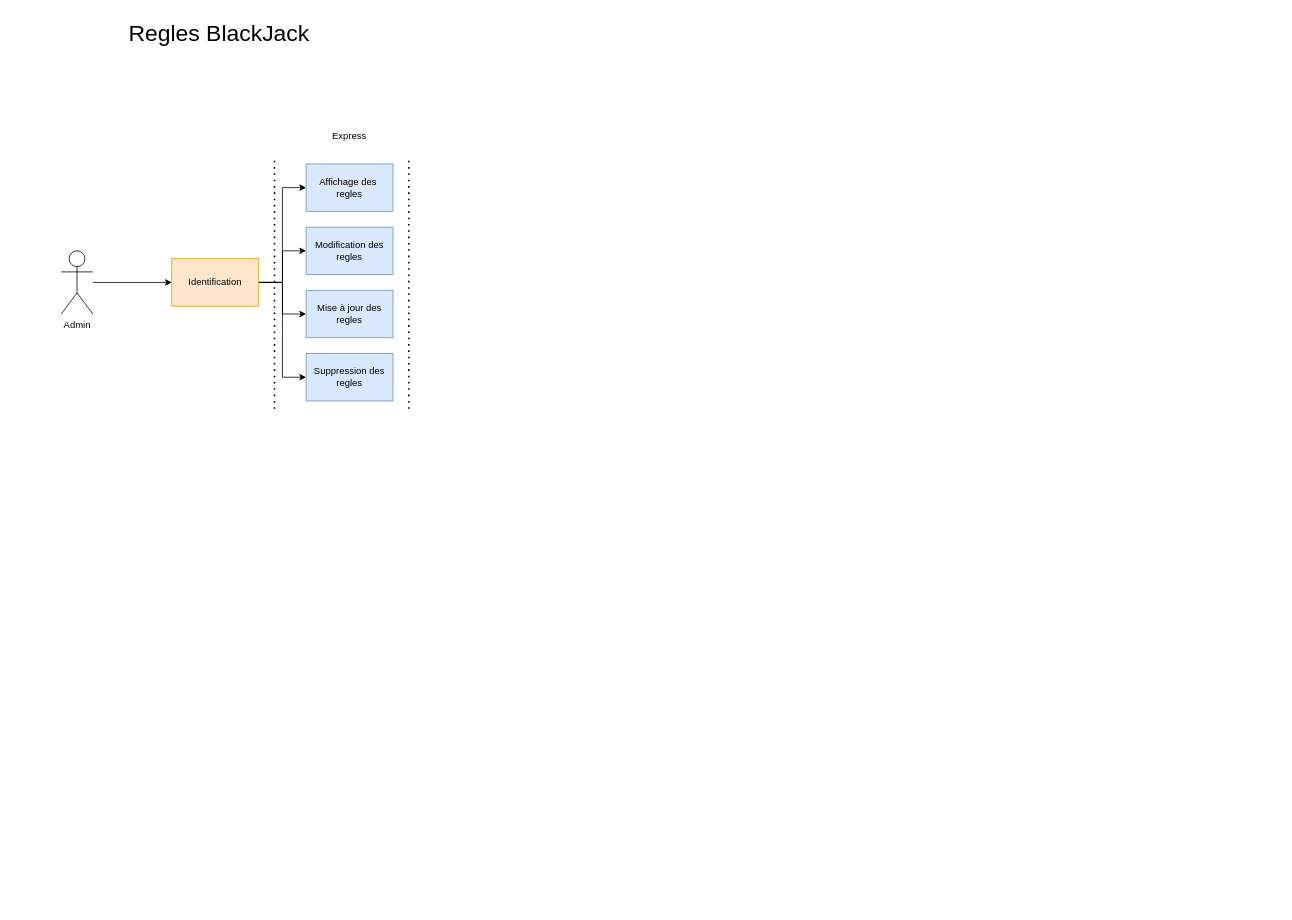
The draw.io diagram Diagramme sans nom.drawio in LucasCDA90/Projet-individuel, before the edit. Source tidied: cells renumbered, new cells numbered last; positions are measured from the earlier drawing's top-left corner, leaving out a move shared by most shapes. Both pictures are drawn from the tidied source at 79%, with x=0, y=0 at pixel (61, 13).
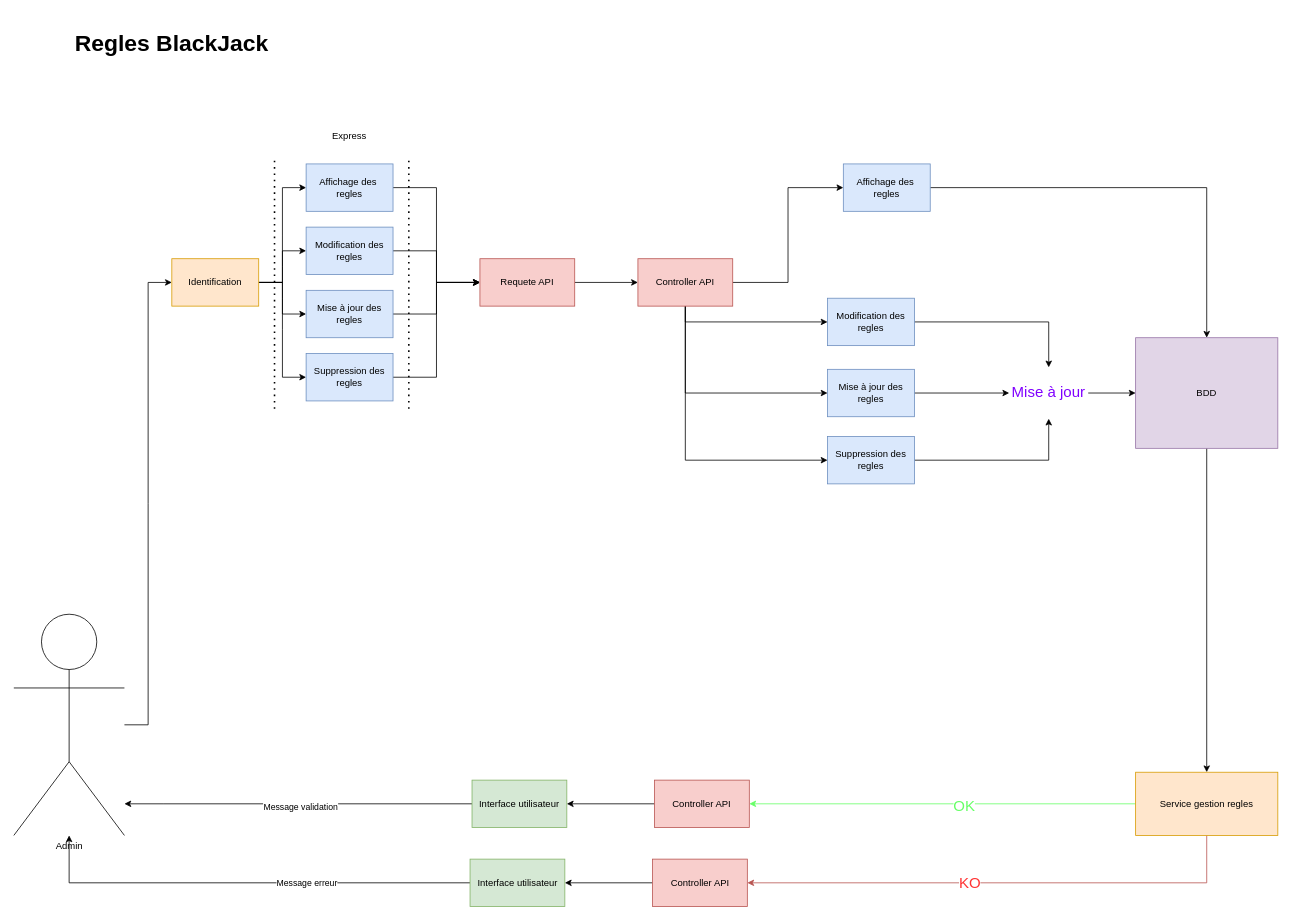
The same diagram, later.

Commit message:
Regles blackjack

The change refers to these unchanged cells:
```xml
<mxCell id="10" value="&lt;div&gt;Affichage des&amp;nbsp;&lt;/div&gt;&lt;div&gt;regles&lt;/div&gt;" style="rounded=0;whiteSpace=wrap;html=1;fillColor=#dae8fc;strokeColor=#6c8ebf;" parent="1" vertex="1">
  <mxGeometry x="310" y="190" width="110" height="60" as="geometry" />
</mxCell>
<mxCell id="11" value="Modification des regles" style="rounded=0;whiteSpace=wrap;html=1;fillColor=#dae8fc;strokeColor=#6c8ebf;" parent="1" vertex="1">
  <mxGeometry x="310" y="270" width="110" height="60" as="geometry" />
</mxCell>
<mxCell id="12" value="Mise à jour des regles" style="rounded=0;whiteSpace=wrap;html=1;fillColor=#dae8fc;strokeColor=#6c8ebf;" parent="1" vertex="1">
  <mxGeometry x="310" y="350" width="110" height="60" as="geometry" />
</mxCell>
<mxCell id="13" value="Suppression des regles" style="rounded=0;whiteSpace=wrap;html=1;fillColor=#dae8fc;strokeColor=#6c8ebf;" parent="1" vertex="1">
  <mxGeometry x="310" y="430" width="110" height="60" as="geometry" />
</mxCell>
```

What changed in the source:
```diff
@@
-    <mxCell id="2" value="&lt;font style=&quot;font-size: 29px;&quot;&gt;Regles BlackJack&lt;/font&gt;" style="text;html=1;align=center;verticalAlign=middle;whiteSpace=wrap;rounded=0;" parent="1" vertex="1">
-      <mxGeometry x="80" width="240" height="50" as="geometry" />
-    </mxCell>
@@
     <mxCell id="4" value="Admin" style="shape=umlActor;verticalLabelPosition=bottom;verticalAlign=top;html=1;outlineConnect=0;" parent="1" vertex="1">
-      <mxGeometry y="300" width="40" height="80" as="geometry" />
+      <mxGeometry x="-60" y="760" width="140" height="280" as="geometry" />
     </mxCell>
@@
+    <mxCell id="17" style="edgeStyle=orthogonalEdgeStyle;rounded=0;jettySize=auto;html=1;exitX=1;exitY=0.5;exitDx=0;exitDy=0;entryX=0;entryY=0.5;entryDx=0;entryDy=0;" parent="1" edge="1" source="10" target="22">
+      <mxGeometry relative="1" as="geometry" />
+    </mxCell>
@@
+    <mxCell id="18" style="edgeStyle=orthogonalEdgeStyle;rounded=0;jettySize=auto;html=1;exitX=1;exitY=0.5;exitDx=0;exitDy=0;" parent="1" edge="1" source="11" target="22">
+      <mxGeometry relative="1" as="geometry" />
+    </mxCell>
@@
+    <mxCell id="19" style="edgeStyle=orthogonalEdgeStyle;rounded=0;jettySize=auto;html=1;exitX=1;exitY=0.5;exitDx=0;exitDy=0;" parent="1" edge="1" source="12" target="22">
+      <mxGeometry relative="1" as="geometry" />
+    </mxCell>
@@
+    <mxCell id="20" style="edgeStyle=orthogonalEdgeStyle;rounded=0;jettySize=auto;html=1;exitX=1;exitY=0.5;exitDx=0;exitDy=0;entryX=0;entryY=0.5;entryDx=0;entryDy=0;" parent="1" edge="1" source="13" target="22">
+      <mxGeometry relative="1" as="geometry" />
+    </mxCell>
@@
+    <mxCell id="2" value="&lt;font style=&quot;font-size: 29px;&quot;&gt;Regles BlackJack&lt;/font&gt;" style="text;html=1;align=center;verticalAlign=middle;whiteSpace=wrap;rounded=0;fontSize=37;fontStyle=1;" parent="1" vertex="1">
+      <mxGeometry x="-40" y="20" width="360" height="30" as="geometry" />
+    </mxCell>
+    <mxCell id="21" style="edgeStyle=orthogonalEdgeStyle;rounded=0;jettySize=auto;html=1;exitX=1;exitY=0.5;exitDx=0;exitDy=0;" parent="1" edge="1" source="22" target="27">
+      <mxGeometry relative="1" as="geometry" />
+    </mxCell>
+    <mxCell id="22" value="Requete API" style="rounded=0;whiteSpace=wrap;html=1;fillColor=#f8cecc;strokeColor=#b85450;" parent="1" vertex="1">
+      <mxGeometry x="530" y="310" width="120" height="60" as="geometry" />
+    </mxCell>
+    <mxCell id="23" style="edgeStyle=orthogonalEdgeStyle;rounded=0;jettySize=auto;html=1;exitX=1;exitY=0.5;exitDx=0;exitDy=0;entryX=0;entryY=0.5;entryDx=0;entryDy=0;" parent="1" edge="1" source="27" target="29">
+      <mxGeometry relative="1" as="geometry" />
+    </mxCell>
+    <mxCell id="24" style="edgeStyle=orthogonalEdgeStyle;rounded=0;jettySize=auto;html=1;exitX=0.5;exitY=1;exitDx=0;exitDy=0;" parent="1" edge="1" source="27" target="33">
+      <mxGeometry relative="1" as="geometry" />
+    </mxCell>
+    <mxCell id="25" style="edgeStyle=orthogonalEdgeStyle;rounded=0;jettySize=auto;html=1;exitX=0.5;exitY=1;exitDx=0;exitDy=0;entryX=0;entryY=0.5;entryDx=0;entryDy=0;" parent="1" edge="1" source="27" target="35">
+      <mxGeometry relative="1" as="geometry" />
+    </mxCell>
+    <mxCell id="26" style="edgeStyle=orthogonalEdgeStyle;rounded=0;jettySize=auto;html=1;exitX=0.5;exitY=1;exitDx=0;exitDy=0;entryX=0;entryY=0.5;entryDx=0;entryDy=0;" parent="1" edge="1" source="27" target="37">
+      <mxGeometry relative="1" as="geometry" />
+    </mxCell>
+    <mxCell id="27" value="Controller API" style="rounded=0;whiteSpace=wrap;html=1;fillColor=#f8cecc;strokeColor=#b85450;" parent="1" vertex="1">
+      <mxGeometry x="730" y="310" width="120" height="60" as="geometry" />
+    </mxCell>
+    <mxCell id="28" style="edgeStyle=orthogonalEdgeStyle;rounded=0;jettySize=auto;html=1;exitX=1;exitY=0.5;exitDx=0;exitDy=0;" parent="1" edge="1" source="29" target="31">
+      <mxGeometry relative="1" as="geometry" />
+    </mxCell>
+    <mxCell id="29" value="&lt;div&gt;Affichage des&amp;nbsp;&lt;/div&gt;&lt;div&gt;regles&lt;/div&gt;" style="rounded=0;whiteSpace=wrap;html=1;fillColor=#dae8fc;strokeColor=#6c8ebf;" parent="1" vertex="1">
+      <mxGeometry x="990" y="190" width="110" height="60" as="geometry" />
+    </mxCell>
+    <mxCell id="30" style="edgeStyle=orthogonalEdgeStyle;rounded=0;jettySize=auto;html=1;exitX=0.5;exitY=1;exitDx=0;exitDy=0;" parent="1" edge="1" source="31" target="44">
+      <mxGeometry relative="1" as="geometry" />
+    </mxCell>
+    <mxCell id="31" value="BDD" style="rounded=0;whiteSpace=wrap;html=1;fillColor=#e1d5e7;strokeColor=#9673a6;" parent="1" vertex="1">
+      <mxGeometry x="1360" y="410" width="180" height="140" as="geometry" />
+    </mxCell>
+    <mxCell id="32" style="edgeStyle=orthogonalEdgeStyle;rounded=0;jettySize=auto;html=1;exitX=1;exitY=0.5;exitDx=0;exitDy=0;" parent="1" edge="1" source="33" target="39">
+      <mxGeometry relative="1" as="geometry" />
+    </mxCell>
+    <mxCell id="33" value="Modification des regles" style="rounded=0;whiteSpace=wrap;html=1;fillColor=#dae8fc;strokeColor=#6c8ebf;" parent="1" vertex="1">
+      <mxGeometry x="970" y="360" width="110" height="60" as="geometry" />
+    </mxCell>
+    <mxCell id="34" style="edgeStyle=orthogonalEdgeStyle;rounded=0;jettySize=auto;html=1;exitX=1;exitY=0.5;exitDx=0;exitDy=0;" parent="1" edge="1" source="35" target="39">
+      <mxGeometry relative="1" as="geometry" />
+    </mxCell>
+    <mxCell id="35" value="Mise à jour des regles" style="rounded=0;whiteSpace=wrap;html=1;fillColor=#dae8fc;strokeColor=#6c8ebf;" parent="1" vertex="1">
+      <mxGeometry x="970" y="450" width="110" height="60" as="geometry" />
+    </mxCell>
+    <mxCell id="36" style="edgeStyle=orthogonalEdgeStyle;rounded=0;jettySize=auto;html=1;exitX=1;exitY=0.5;exitDx=0;exitDy=0;" parent="1" edge="1" source="37" target="39">
+      <mxGeometry relative="1" as="geometry" />
+    </mxCell>
+    <mxCell id="37" value="Suppression des regles" style="rounded=0;whiteSpace=wrap;html=1;fillColor=#dae8fc;strokeColor=#6c8ebf;" parent="1" vertex="1">
+      <mxGeometry x="970" y="535" width="110" height="60" as="geometry" />
+    </mxCell>
+    <mxCell id="38" style="edgeStyle=orthogonalEdgeStyle;rounded=0;jettySize=auto;html=1;exitX=1;exitY=0.5;exitDx=0;exitDy=0;" parent="1" edge="1" source="39" target="31">
+      <mxGeometry relative="1" as="geometry" />
+    </mxCell>
+    <mxCell id="39" value="&lt;font color=&quot;#8000ff&quot; style=&quot;font-size: 19px;&quot;&gt;Mise à jour &lt;/font&gt;" style="text;html=1;align=center;verticalAlign=middle;whiteSpace=wrap;rounded=0;" parent="1" vertex="1">
+      <mxGeometry x="1200" y="447.5" width="100" height="65" as="geometry" />
+    </mxCell>
+    <mxCell id="40" style="edgeStyle=orthogonalEdgeStyle;rounded=0;jettySize=auto;html=1;exitX=0;exitY=0.5;exitDx=0;exitDy=0;entryX=1;entryY=0.5;entryDx=0;entryDy=0;strokeColor=#66FF66;" parent="1" edge="1" source="44" target="49">
+      <mxGeometry relative="1" as="geometry" />
+    </mxCell>
+    <mxCell id="41" value="&lt;font color=&quot;#66ff66&quot; style=&quot;font-size: 19px;&quot;&gt;OK&lt;/font&gt;" style="edgeLabel;html=1;align=center;verticalAlign=middle;" parent="40" vertex="1">
+      <mxGeometry x="-0.11" y="3" relative="1" as="geometry" />
+    </mxCell>
+    <mxCell id="42" style="edgeStyle=orthogonalEdgeStyle;rounded=0;jettySize=auto;html=1;exitX=0.5;exitY=1;exitDx=0;exitDy=0;entryX=1;entryY=0.5;entryDx=0;entryDy=0;fillColor=#f8cecc;strokeColor=#b85450;" parent="1" edge="1" source="44" target="54">
+      <mxGeometry relative="1" as="geometry" />
+    </mxCell>
+    <mxCell id="43" value="&lt;font color=&quot;#ff3333&quot; style=&quot;font-size: 19px;&quot;&gt;KO&lt;/font&gt;" style="edgeLabel;html=1;align=center;verticalAlign=middle;" parent="42" vertex="1">
+      <mxGeometry x="0.19" relative="1" as="geometry">
+        <mxPoint x="21" as="offset" />
+      </mxGeometry>
+    </mxCell>
+    <mxCell id="44" value="Service gestion regles" style="rounded=0;whiteSpace=wrap;html=1;fillColor=#ffe6cc;strokeColor=#d79b00;" parent="1" vertex="1">
+      <mxGeometry x="1360" y="960" width="180" height="80" as="geometry" />
+    </mxCell>
+    <mxCell id="45" style="edgeStyle=orthogonalEdgeStyle;rounded=0;jettySize=auto;html=1;exitX=0;exitY=0.5;exitDx=0;exitDy=0;" parent="1" edge="1" source="47" target="4">
+      <mxGeometry relative="1" as="geometry">
+        <Array as="points">
+          <mxPoint x="130" y="1000" />
+          <mxPoint x="130" y="1000" />
+        </Array>
+      </mxGeometry>
+    </mxCell>
+    <mxCell id="46" value="Message validation" style="edgeLabel;html=1;align=center;verticalAlign=middle;" parent="45" vertex="1">
+      <mxGeometry x="-0.01" y="3" relative="1" as="geometry" />
+    </mxCell>
+    <mxCell id="47" value="Interface utilisateur" style="rounded=0;whiteSpace=wrap;html=1;fillColor=#d5e8d4;strokeColor=#82b366;" parent="1" vertex="1">
+      <mxGeometry x="520" y="970" width="120" height="60" as="geometry" />
+    </mxCell>
+    <mxCell id="48" style="edgeStyle=orthogonalEdgeStyle;rounded=0;jettySize=auto;html=1;exitX=0;exitY=0.5;exitDx=0;exitDy=0;entryX=1;entryY=0.5;entryDx=0;entryDy=0;" parent="1" edge="1" source="49" target="47">
+      <mxGeometry relative="1" as="geometry" />
+    </mxCell>
+    <mxCell id="49" value="Controller API" style="rounded=0;whiteSpace=wrap;html=1;fillColor=#f8cecc;strokeColor=#b85450;" parent="1" vertex="1">
+      <mxGeometry x="751" y="970" width="120" height="60" as="geometry" />
+    </mxCell>
+    <mxCell id="50" style="edgeStyle=orthogonalEdgeStyle;rounded=0;jettySize=auto;html=1;exitX=0;exitY=0.5;exitDx=0;exitDy=0;" parent="1" edge="1" source="52" target="4">
+      <mxGeometry relative="1" as="geometry" />
+    </mxCell>
+    <mxCell id="51" value="Message erreur" style="edgeLabel;html=1;align=center;verticalAlign=middle;" parent="50" vertex="1">
+      <mxGeometry x="-0.27" relative="1" as="geometry" />
+    </mxCell>
+    <mxCell id="52" value="Interface utilisateur" style="rounded=0;whiteSpace=wrap;html=1;fillColor=#d5e8d4;strokeColor=#82b366;" parent="1" vertex="1">
+      <mxGeometry x="517.5" y="1070" width="120" height="60" as="geometry" />
+    </mxCell>
+    <mxCell id="53" style="edgeStyle=orthogonalEdgeStyle;rounded=0;jettySize=auto;html=1;exitX=0;exitY=0.5;exitDx=0;exitDy=0;entryX=1;entryY=0.5;entryDx=0;entryDy=0;" parent="1" edge="1" source="54" target="52">
+      <mxGeometry relative="1" as="geometry" />
+    </mxCell>
+    <mxCell id="54" value="Controller API" style="rounded=0;whiteSpace=wrap;html=1;fillColor=#f8cecc;strokeColor=#b85450;" parent="1" vertex="1">
+      <mxGeometry x="748.5" y="1070" width="120" height="60" as="geometry" />
+    </mxCell>
```
